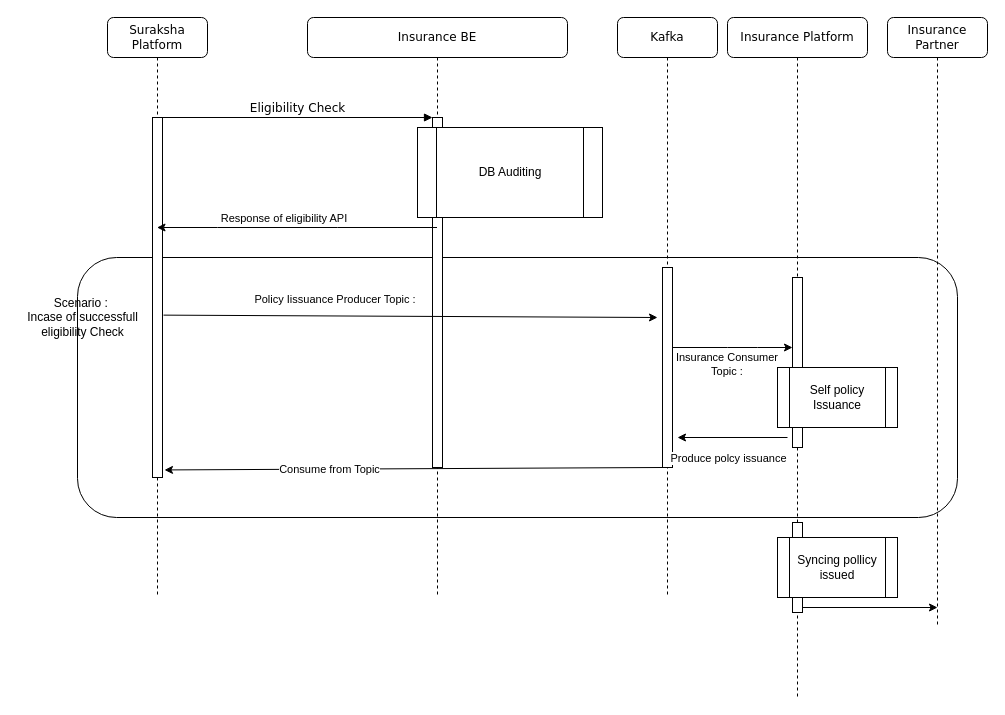
Before: Interview/Untitled Diagram.drawio in ashwiniadlakha/draw_io, a draw.io diagram. Source tidied: cells renumbered, new cells numbered last; positions are measured from the earlier drawing's top-left corner, leaving out a move shared by most shapes. Both pictures are drawn from the tidied source at 100%, with x=0, y=0 at pixel (17, 17).
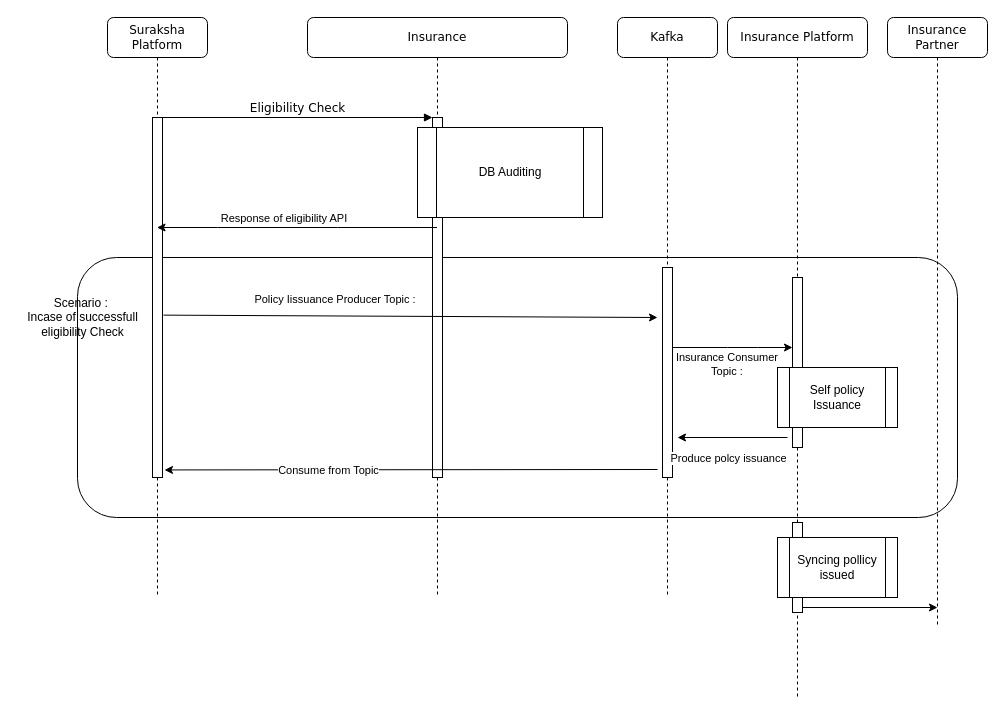
Above is the later version.

Unchanged cells that the change refers to:
```xml
<mxCell id="6" value="Kafka" style="shape=umlLifeline;perimeter=lifelinePerimeter;whiteSpace=wrap;html=1;rounded=1;shadow=0;comic=0;labelBackgroundColor=none;strokeWidth=1;fontFamily=Verdana;fontSize=12;align=center;" parent="1" vertex="1">
  <mxGeometry x="600" width="100" height="580" as="geometry" />
</mxCell>
<mxCell id="10" style="html=1;points=[];perimeter=orthogonalPerimeter;rounded=0;shadow=0;comic=0;labelBackgroundColor=none;strokeWidth=1;fontFamily=Verdana;fontSize=12;align=center;" parent="9" vertex="1">
  <mxGeometry x="45" y="100" width="10" height="360" as="geometry" />
</mxCell>
```

Change to the diagram source:
```diff
@@
-    <mxCell id="3" value="Insurance BE" style="shape=umlLifeline;perimeter=lifelinePerimeter;whiteSpace=wrap;html=1;outlineConnect=0;rounded=1;shadow=0;comic=0;labelBackgroundColor=none;strokeWidth=1;fontFamily=Verdana;fontSize=12;align=center;" parent="1" vertex="1">
+    <mxCell id="3" value="Insurance" style="shape=umlLifeline;perimeter=lifelinePerimeter;whiteSpace=wrap;html=1;outlineConnect=0;rounded=1;shadow=0;comic=0;labelBackgroundColor=none;strokeWidth=1;fontFamily=Verdana;fontSize=12;align=center;" parent="1" vertex="1">
       <mxGeometry x="290" width="260" height="580" as="geometry" />
     </mxCell>
     <mxCell id="4" style="html=1;points=[];perimeter=orthogonalPerimeter;rounded=0;shadow=0;comic=0;labelBackgroundColor=none;strokeWidth=1;fontFamily=Verdana;fontSize=12;align=center;" parent="3" vertex="1">
-      <mxGeometry x="125" y="100" width="10" height="350" as="geometry" />
+      <mxGeometry x="125" y="100" width="10" height="360" as="geometry" />
     </mxCell>
@@
     <mxCell id="7" style="html=1;points=[];perimeter=orthogonalPerimeter;rounded=0;shadow=0;comic=0;labelBackgroundColor=none;strokeWidth=1;fontFamily=Verdana;fontSize=12;align=center;" parent="6" vertex="1">
-      <mxGeometry x="45" y="250" width="10" height="200" as="geometry" />
+      <mxGeometry x="45" y="250" width="10" height="210" as="geometry" />
     </mxCell>
@@
-    <mxCell id="26" style="endArrow=classic;html=1;rounded=0;entryX=1.2;entryY=0.979;entryDx=0;entryDy=0;entryPerimeter=0;" parent="1" edge="1" source="7" target="10">
-      <mxGeometry relative="1" as="geometry" />
+    <mxCell id="26" style="endArrow=classic;html=1;rounded=0;entryX=1.2;entryY=0.979;entryDx=0;entryDy=0;entryPerimeter=0;" parent="1" edge="1" target="10">
+      <mxGeometry relative="1" as="geometry">
+        <mxPoint x="640" y="452" as="sourcePoint" />
+      </mxGeometry>
     </mxCell>
```
